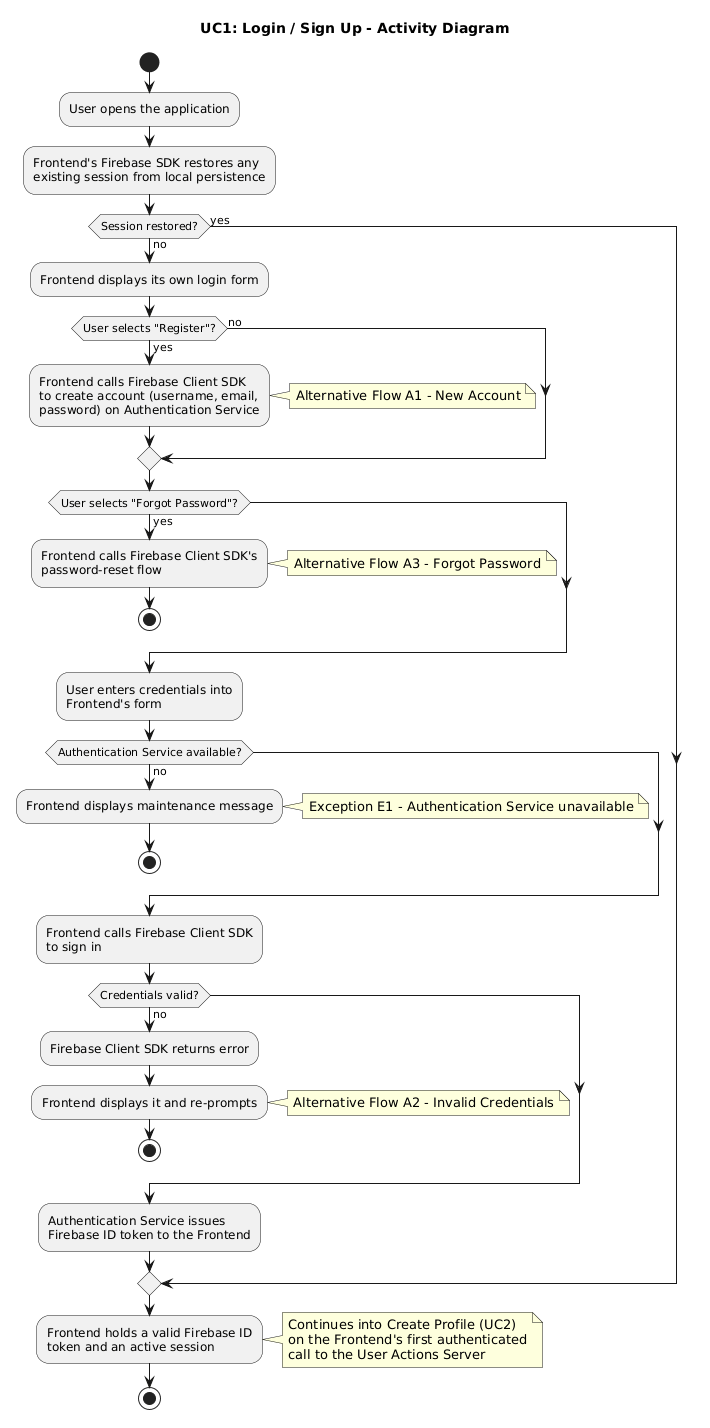
Earlier version of the PlantUML export requirements/activity_diagrams/UC1_Login_SignUp.png (ManosMorf97/Weather-Forecasts-AI-Remastered).
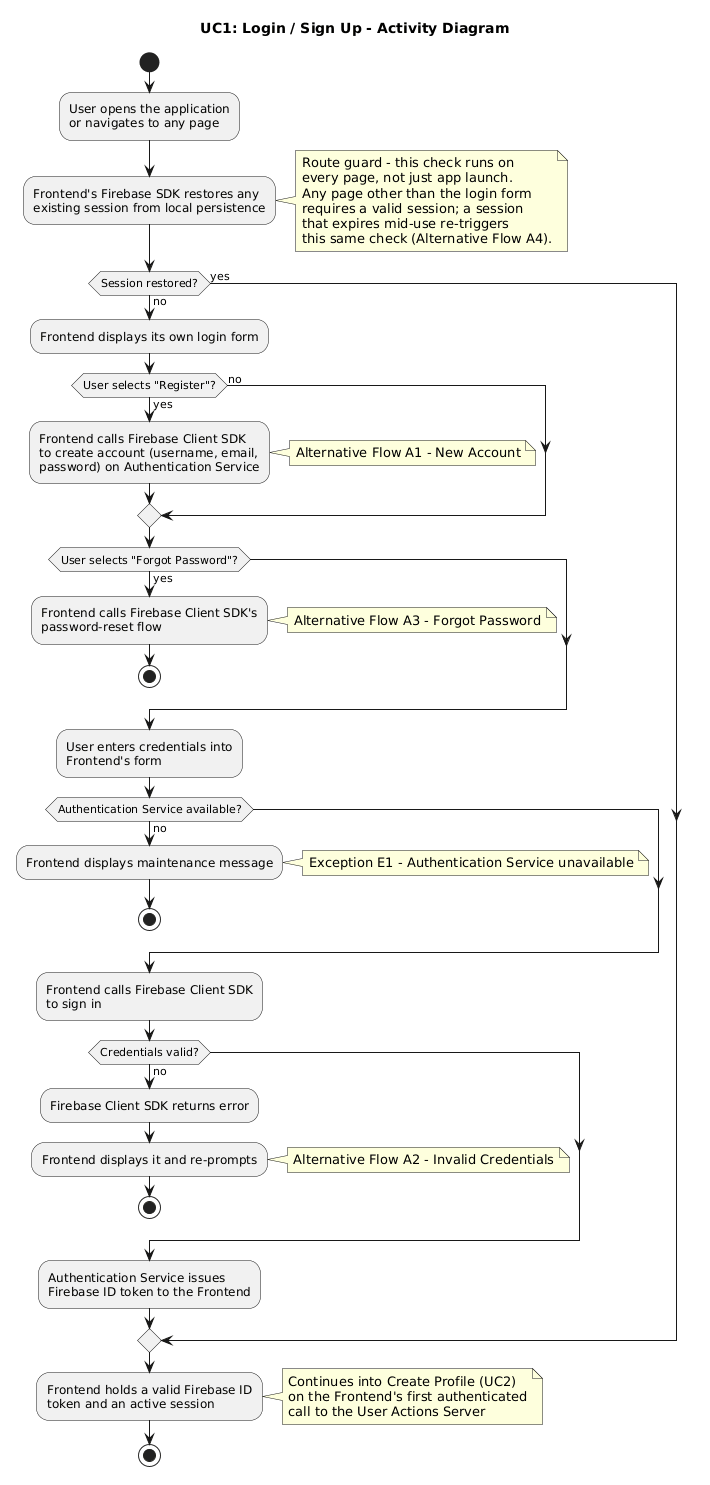
Later version of the same file.

Change to the diagram source:
```diff
@@ -2,9 +2,18 @@
 title UC1: Login / Sign Up - Activity Diagram
 
 start
-:User opens the application;
+:User opens the application\nor navigates to any page;
 :Frontend's Firebase SDK restores any
 existing session from local persistence;
+
+note right
+  Route guard - this check runs on
+  every page, not just app launch.
+  Any page other than the login form
+  requires a valid session; a session
+  that expires mid-use re-triggers
+  this same check (Alternative Flow A4).
+end note
 
 if (Session restored?) then (yes)
 else (no)
```
